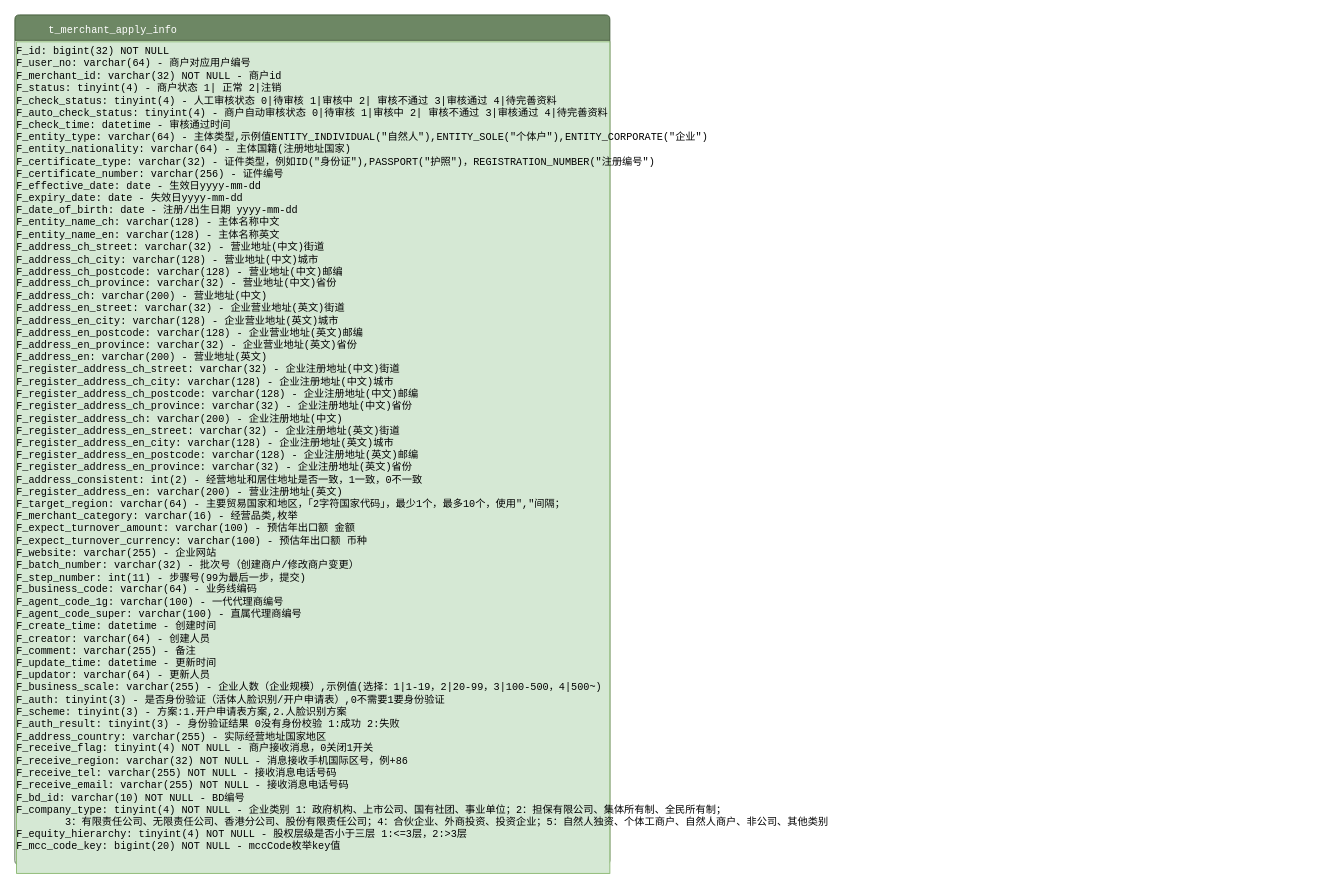
SteveGlory/steveglory.github.io keeps this draw.io diagram as 商户入驻.drawio. Above is the earlier version. Source tidied: cells renumbered, new cells numbered last; positions are measured from the earlier drawing's top-left corner, leaving out a move shared by most shapes. Both pictures are drawn from the tidied source at 85%, with x=0, y=0 at pixel (14, 14).
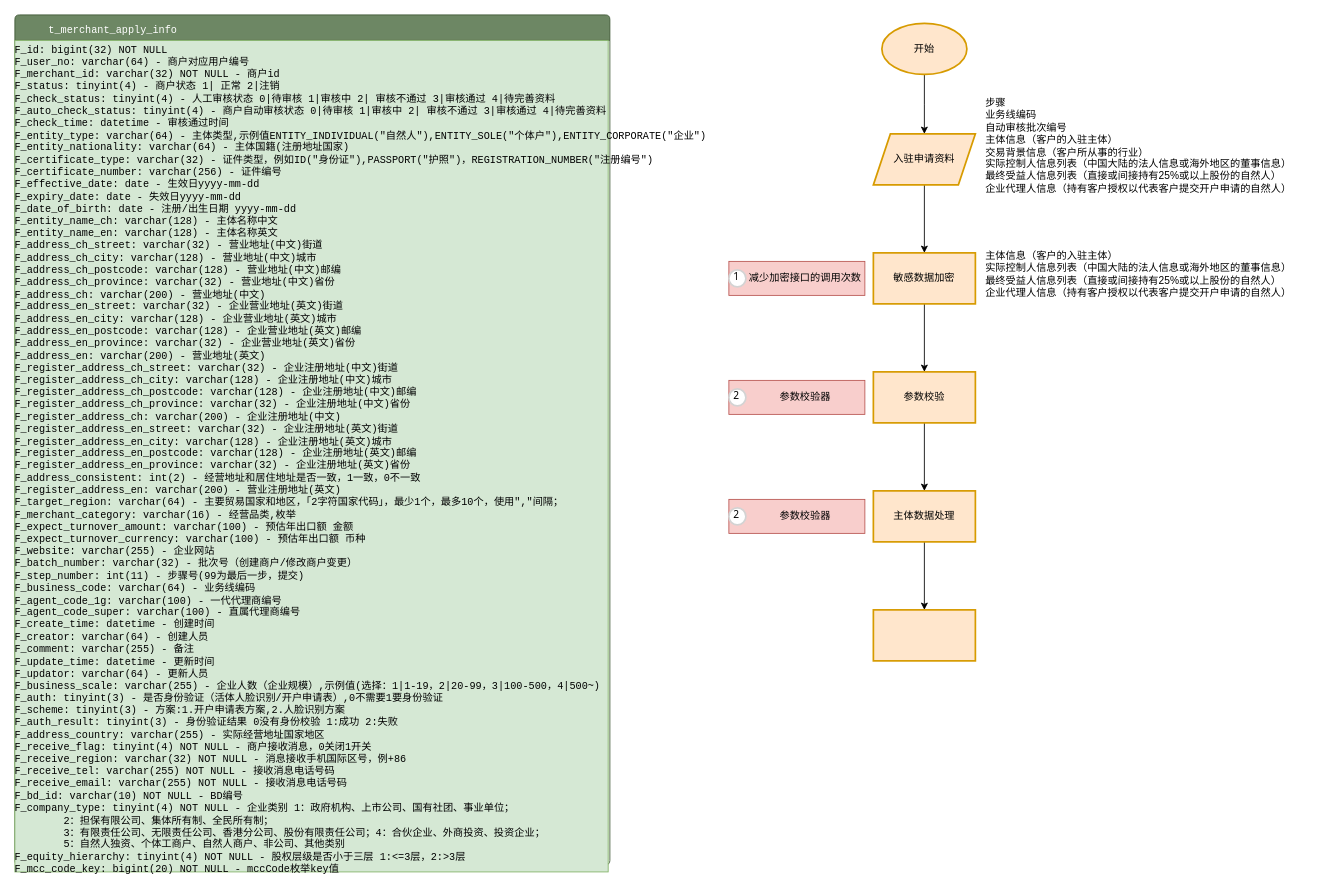
Above is the later version.

Commit message (it also covers changes not shown here):
更新商户入驻.drawio

Unchanged cells that the change refers to:
```xml
<mxCell id="2" style="graphMlID=entity0;gradientDirection=east;shape=swimlane;startSize=30;rounded=1;arcSize=6;fillColor=#6d8764;strokeColor=#3A5431;strokeWidth=1.0;swimlaneFillColor=#FFFFFF;fontColor=#ffffff;" parent="1" vertex="1">
  <mxGeometry width="700" height="1000" as="geometry" />
</mxCell>
```

What changed in the source:
```diff
@@
+    <mxCell id="4" value="t_merchant_apply_info" style="text;html=1;spacing=0;align=center;fontFamily=courier;fontSize=12;fontStyle=0;=center;fontColor=#ffffff;" parent="2" vertex="1">
+      <mxGeometry y="6.7" width="230" height="25" as="geometry" />
+    </mxCell>
+    <mxCell id="5" style="edgeStyle=orthogonalEdgeStyle;rounded=0;jettySize=auto;html=1;" parent="1" edge="1" source="6">
+      <mxGeometry relative="1" as="geometry">
+        <mxPoint x="1070" y="140" as="targetPoint" />
+      </mxGeometry>
+    </mxCell>
+    <mxCell id="6" value="开始" style="strokeWidth=2;html=1;shape=mxgraph.flowchart.start_1;whiteSpace=wrap;strokeColor=#D79B00;fillColor=#FFE6CC;" parent="1" vertex="1">
+      <mxGeometry x="1020" y="10" width="100" height="60" as="geometry" />
+    </mxCell>
+    <mxCell id="7" value="步骤&#10;业务线编码&#10;自动审核批次编号&#10;主体信息（客户的入驻主体）&#10;交易背景信息（客户所从事的行业）&#10;实际控制人信息列表（中国大陆的法人信息或海外地区的董事信息）&#10;最终受益人信息列表（直接或间接持有25%或以上股份的自然人）&#10;企业代理人信息（持有客户授权以代表客户提交开户申请的自然人）" style="text;whiteSpace=wrap;" parent="1" vertex="1">
+      <mxGeometry x="1140" y="90" width="390" height="140" as="geometry" />
+    </mxCell>
+    <mxCell id="8" style="edgeStyle=orthogonalEdgeStyle;rounded=0;jettySize=auto;html=1;" parent="1" edge="1" source="9" target="15">
+      <mxGeometry relative="1" as="geometry" />
+    </mxCell>
+    <mxCell id="9" value="敏感数据加密" style="whiteSpace=wrap;html=1;strokeWidth=2;fillColor=#ffe6cc;strokeColor=#d79b00;" parent="1" vertex="1">
+      <mxGeometry x="1010" y="280" width="120" height="60" as="geometry" />
+    </mxCell>
+    <mxCell id="10" value="主体信息（客户的入驻主体）&#10;实际控制人信息列表（中国大陆的法人信息或海外地区的董事信息）&#10;最终受益人信息列表（直接或间接持有25%或以上股份的自然人）&#10;企业代理人信息（持有客户授权以代表客户提交开户申请的自然人）" style="text;whiteSpace=wrap;" parent="1" vertex="1">
+      <mxGeometry x="1140" y="270" width="390" height="100" as="geometry" />
+    </mxCell>
-    <mxCell id="3" value="F_id: bigint(32) NOT NULL&lt;br&gt;F_user_no: varchar(64) - 商户对应用户编号&lt;br&gt;F_merchant_id: varchar(32) NOT NULL - 商户id&lt;br&gt;F_status: tinyint(4) - 商户状态 1| 正常 2|注销&lt;br&gt;F_check_status: tinyint(4) - 人工审核状态 0|待审核 1|审核中 2| 审核不通过 3|审核通过 4|待完善资料&lt;br&gt;F_auto_check_status: tinyint(4) - 商户自动审核状态 0|待审核 1|审核中 2| 审核不通过 3|审核通过 4|待完善资料&lt;br&gt;F_check_time: datetime - 审核通过时间&lt;br&gt;F_entity_type: varchar(64) - 主体类型,示例值ENTITY_INDIVIDUAL(&quot;自然人&quot;),ENTITY_SOLE(&quot;个体户&quot;),ENTITY_CORPORATE(&quot;企业&quot;)&lt;br&gt;F_entity_nationality: varchar(64) - 主体国籍(注册地址国家)&lt;br&gt;F_certificate_type: varchar(32) - 证件类型，例如ID(&quot;身份证&quot;),PASSPORT(&quot;护照&quot;)，REGISTRATION_NUMBER(&quot;注册编号&quot;)&lt;br&gt;F_certificate_number: varchar(256) - 证件编号&lt;br&gt;F_effective_date: date - 生效日yyyy-mm-dd&lt;br&gt;F_expiry_date: date - 失效日yyyy-mm-dd&lt;br&gt;F_date_of_birth: date - 注册/出生日期 yyyy-mm-dd&lt;br&gt;F_entity_name_ch: varchar(128) - 主体名称中文&lt;br&gt;F_entity_name_en: varchar(128) - 主体名称英文&lt;br&gt;F_address_ch_street: varchar(32) - 营业地址(中文)街道&lt;br&gt;F_address_ch_city: varchar(128) - 营业地址(中文)城市&lt;br&gt;F_address_ch_postcode: varchar(128) - 营业地址(中文)邮编&lt;br&gt;F_address_ch_province: varchar(32) - 营业地址(中文)省份&lt;br&gt;F_address_ch: varchar(200) - 营业地址(中文)&lt;br&gt;F_address_en_street: varchar(32) - 企业营业地址(英文)街道&lt;br&gt;F_address_en_city: varchar(128) - 企业营业地址(英文)城市&lt;br&gt;F_address_en_postcode: varchar(128) - 企业营业地址(英文)邮编&lt;br&gt;F_address_en_province: varchar(32) - 企业营业地址(英文)省份&lt;br&gt;F_address_en: varchar(200) - 营业地址(英文)&lt;br&gt;F_register_address_ch_street: varchar(32) - 企业注册地址(中文)街道&lt;br&gt;F_register_address_ch_city: varchar(128) - 企业注册地址(中文)城市&lt;br&gt;F_register_address_ch_postcode: varchar(128) - 企业注册地址(中文)邮编&lt;br&gt;F_register_address_ch_province: varchar(32) - 企业注册地址(中文)省份&lt;br&gt;F_register_address_ch: varchar(200) - 企业注册地址(中文)&lt;br&gt;F_register_address_en_street: varchar(32) - 企业注册地址(英文)街道&lt;br&gt;F_register_address_en_city: varchar(128) - 企业注册地址(英文)城市&lt;br&gt;F_register_address_en_postcode: varchar(128) - 企业注册地址(英文)邮编&lt;br&gt;F_register_address_en_province: varchar(32) - 企业注册地址(英文)省份&lt;br&gt;F_address_consistent: int(2) - 经营地址和居住地址是否一致，1一致，0不一致&lt;br&gt;F_register_address_en: varchar(200) - 营业注册地址(英文)&lt;br&gt;F_target_region: varchar(64) - 主要贸易国家和地区，「2字符国家代码」，最少1个，最多10个，使用&quot;,&quot;间隔；&lt;br&gt;F_merchant_category: varchar(16) - 经营品类,枚举&lt;br&gt;F_expect_turnover_amount: varchar(100) - 预估年出口额 金额&lt;br&gt;F_expect_turnover_currency: varchar(100) - 预估年出口额 币种&lt;br&gt;F_website: varchar(255) - 企业网站&lt;br&gt;F_batch_number: varchar(32) - 批次号（创建商户/修改商户变更）&lt;br&gt;F_step_number: int(11) - 步骤号(99为最后一步，提交)&lt;br&gt;F_business_code: varchar(64) - 业务线编码&lt;br&gt;F_agent_code_1g: varchar(100) - 一代代理商编号&lt;br&gt;F_agent_code_super: varchar(100) - 直属代理商编号&lt;br&gt;F_create_time: datetime - 创建时间&lt;br&gt;F_creator: varchar(64) - 创建人员&lt;br&gt;F_comment: varchar(255) - 备注&lt;br&gt;F_update_time: datetime - 更新时间&lt;br&gt;F_updator: varchar(64) - 更新人员&lt;br&gt;F_business_scale: varchar(255) - 企业人数（企业规模）,示例值(选择：1|1-19，2|20-99，3|100-500，4|500~)&lt;br&gt;F_auth: tinyint(3) - 是否身份验证（活体人脸识别/开户申请表）,0不需要1要身份验证&lt;br&gt;F_scheme: tinyint(3) - 方案:1.开户申请表方案,2.人脸识别方案&lt;br&gt;F_auth_result: tinyint(3) - 身份验证结果  0没有身份校验 1:成功 2:失败&lt;br&gt;F_address_country: varchar(255) - 实际经营地址国家地区&lt;br&gt;F_receive_flag: tinyint(4) NOT NULL - 商户接收消息，0关闭1开关&lt;br&gt;F_receive_region: varchar(32) NOT NULL - 消息接收手机国际区号，例+86&lt;br&gt;F_receive_tel: varchar(255) NOT NULL - 接收消息电话号码&lt;br&gt;F_receive_email: varchar(255) NOT NULL - 接收消息电话号码&lt;br&gt;F_bd_id: varchar(10) NOT NULL - BD编号&lt;br&gt;F_company_type: tinyint(4) NOT NULL - 企业类别 1：政府机构、上市公司、国有社团、事业单位；2：担保有限公司、集体所有制、全民所有制；&lt;div&gt;&lt;span style=&quot;white-space: pre;&quot;&gt;&#9;&lt;/span&gt;3：有限责任公司、无限责任公司、香港分公司、股份有限责任公司；4：合伙企业、外商投资、投资企业；5：自然人独资、个体工商户、自然人商户、非公司、其他类别&lt;br&gt;F_equity_hierarchy: tinyint(4) NOT NULL - 股权层级是否小于三层 1:&amp;lt;=3层，2:&amp;gt;3层&lt;br&gt;F_mcc_code_key: bigint(20) NOT NULL - mccCode枚举key值&#9;&#9;&#9;&#9;&#9;&#9;&lt;/div&gt;" style="text;html=1;spacing=0;align=left;fontFamily=courier;fontSize=12;fontStyle=0;=center;fillColor=#d5e8d4;strokeColor=#82b366;" parent="2" vertex="1">
-      <mxGeometry x="2" y="31.7" width="698" height="978.3" as="geometry" />
+    <mxCell id="3" value="F_id: bigint(32) NOT NULL&lt;br&gt;F_user_no: varchar(64) - 商户对应用户编号&lt;br&gt;F_merchant_id: varchar(32) NOT NULL - 商户id&lt;br&gt;F_status: tinyint(4) - 商户状态 1| 正常 2|注销&lt;br&gt;F_check_status: tinyint(4) - 人工审核状态 0|待审核 1|审核中 2| 审核不通过 3|审核通过 4|待完善资料&lt;br&gt;F_auto_check_status: tinyint(4) - 商户自动审核状态 0|待审核 1|审核中 2| 审核不通过 3|审核通过 4|待完善资料&lt;br&gt;F_check_time: datetime - 审核通过时间&lt;br&gt;F_entity_type: varchar(64) - 主体类型,示例值ENTITY_INDIVIDUAL(&quot;自然人&quot;),ENTITY_SOLE(&quot;个体户&quot;),ENTITY_CORPORATE(&quot;企业&quot;)&lt;br&gt;F_entity_nationality: varchar(64) - 主体国籍(注册地址国家)&lt;br&gt;F_certificate_type: varchar(32) - 证件类型，例如ID(&quot;身份证&quot;),PASSPORT(&quot;护照&quot;)，REGISTRATION_NUMBER(&quot;注册编号&quot;)&lt;br&gt;F_certificate_number: varchar(256) - 证件编号&lt;br&gt;F_effective_date: date - 生效日yyyy-mm-dd&lt;br&gt;F_expiry_date: date - 失效日yyyy-mm-dd&lt;br&gt;F_date_of_birth: date - 注册/出生日期 yyyy-mm-dd&lt;br&gt;F_entity_name_ch: varchar(128) - 主体名称中文&lt;br&gt;F_entity_name_en: varchar(128) - 主体名称英文&lt;br&gt;F_address_ch_street: varchar(32) - 营业地址(中文)街道&lt;br&gt;F_address_ch_city: varchar(128) - 营业地址(中文)城市&lt;br&gt;F_address_ch_postcode: varchar(128) - 营业地址(中文)邮编&lt;br&gt;F_address_ch_province: varchar(32) - 营业地址(中文)省份&lt;br&gt;F_address_ch: varchar(200) - 营业地址(中文)&lt;br&gt;F_address_en_street: varchar(32) - 企业营业地址(英文)街道&lt;br&gt;F_address_en_city: varchar(128) - 企业营业地址(英文)城市&lt;br&gt;F_address_en_postcode: varchar(128) - 企业营业地址(英文)邮编&lt;br&gt;F_address_en_province: varchar(32) - 企业营业地址(英文)省份&lt;br&gt;F_address_en: varchar(200) - 营业地址(英文)&lt;br&gt;F_register_address_ch_street: varchar(32) - 企业注册地址(中文)街道&lt;br&gt;F_register_address_ch_city: varchar(128) - 企业注册地址(中文)城市&lt;br&gt;F_register_address_ch_postcode: varchar(128) - 企业注册地址(中文)邮编&lt;br&gt;F_register_address_ch_province: varchar(32) - 企业注册地址(中文)省份&lt;br&gt;F_register_address_ch: varchar(200) - 企业注册地址(中文)&lt;br&gt;F_register_address_en_street: varchar(32) - 企业注册地址(英文)街道&lt;br&gt;F_register_address_en_city: varchar(128) - 企业注册地址(英文)城市&lt;br&gt;F_register_address_en_postcode: varchar(128) - 企业注册地址(英文)邮编&lt;br&gt;F_register_address_en_province: varchar(32) - 企业注册地址(英文)省份&lt;br&gt;F_address_consistent: int(2) - 经营地址和居住地址是否一致，1一致，0不一致&lt;br&gt;F_register_address_en: varchar(200) - 营业注册地址(英文)&lt;br&gt;F_target_region: varchar(64) - 主要贸易国家和地区，「2字符国家代码」，最少1个，最多10个，使用&quot;,&quot;间隔；&lt;br&gt;F_merchant_category: varchar(16) - 经营品类,枚举&lt;br&gt;F_expect_turnover_amount: varchar(100) - 预估年出口额 金额&lt;br&gt;F_expect_turnover_currency: varchar(100) - 预估年出口额 币种&lt;br&gt;F_website: varchar(255) - 企业网站&lt;br&gt;F_batch_number: varchar(32) - 批次号（创建商户/修改商户变更）&lt;br&gt;F_step_number: int(11) - 步骤号(99为最后一步，提交)&lt;br&gt;F_business_code: varchar(64) - 业务线编码&lt;br&gt;F_agent_code_1g: varchar(100) - 一代代理商编号&lt;br&gt;F_agent_code_super: varchar(100) - 直属代理商编号&lt;br&gt;F_create_time: datetime - 创建时间&lt;br&gt;F_creator: varchar(64) - 创建人员&lt;br&gt;F_comment: varchar(255) - 备注&lt;br&gt;F_update_time: datetime - 更新时间&lt;br&gt;F_updator: varchar(64) - 更新人员&lt;br&gt;F_business_scale: varchar(255) - 企业人数（企业规模）,示例值(选择：1|1-19，2|20-99，3|100-500，4|500~)&lt;br&gt;F_auth: tinyint(3) - 是否身份验证（活体人脸识别/开户申请表）,0不需要1要身份验证&lt;br&gt;F_scheme: tinyint(3) - 方案:1.开户申请表方案,2.人脸识别方案&lt;br&gt;F_auth_result: tinyint(3) - 身份验证结果  0没有身份校验 1:成功 2:失败&lt;br&gt;F_address_country: varchar(255) - 实际经营地址国家地区&lt;br&gt;F_receive_flag: tinyint(4) NOT NULL - 商户接收消息，0关闭1开关&lt;br&gt;F_receive_region: varchar(32) NOT NULL - 消息接收手机国际区号，例+86&lt;br&gt;F_receive_tel: varchar(255) NOT NULL - 接收消息电话号码&lt;br&gt;F_receive_email: varchar(255) NOT NULL - 接收消息电话号码&lt;br&gt;F_bd_id: varchar(10) NOT NULL - BD编号&lt;br&gt;F_company_type: tinyint(4) NOT NULL - 企业类别 1：政府机构、上市公司、国有社团、事业单位；&lt;div&gt;&lt;span style=&quot;white-space: pre;&quot;&gt;&#9;&lt;/span&gt;2：担保有限公司、集体所有制、全民所有制；&lt;div&gt;&lt;span style=&quot;white-space: pre;&quot;&gt;&#9;&lt;/span&gt;3：有限责任公司、无限责任公司、香港分公司、股份有限责任公司；4：合伙企业、外商投资、投资企业；&lt;/div&gt;&lt;div&gt;&lt;span style=&quot;white-space: pre;&quot;&gt;&#9;&lt;/span&gt;5：自然人独资、个体工商户、自然人商户、非公司、其他类别&lt;br&gt;F_equity_hierarchy: tinyint(4) NOT NULL - 股权层级是否小于三层 1:&amp;lt;=3层，2:&amp;gt;3层&lt;br&gt;F_mcc_code_key: bigint(20) NOT NULL - mccCode枚举key值&#9;&#9;&#9;&#9;&#9;&#9;&lt;/div&gt;&lt;/div&gt;" style="text;html=1;spacing=0;align=left;fontFamily=courier;fontSize=12;fontStyle=0;=center;fillColor=#d5e8d4;strokeColor=#82b366;" parent="1" vertex="1">
+      <mxGeometry y="30" width="698" height="978.3" as="geometry" />
     </mxCell>
-    <mxCell id="4" value="t_merchant_apply_info" style="text;html=1;spacing=0;align=center;fontFamily=courier;fontSize=12;fontStyle=0;=center;fontColor=#ffffff;" parent="2" vertex="1">
-      <mxGeometry y="6.7" width="230" height="25" as="geometry" />
-    </mxCell>
+    <mxCell id="11" style="group;fillColor=#f8cecc;strokeColor=#b85450;" parent="1" vertex="1">
+      <mxGeometry x="840" y="290" width="160" height="40" as="geometry" />
+    </mxCell>
+    <mxCell id="12" value="1" style="ellipse;whiteSpace=wrap;html=1;strokeWidth=2;fontFamily=Tahoma;spacingBottom=4;spacingRight=2;strokeColor=#d3d3d3;" parent="11" vertex="1">
+      <mxGeometry y="10" width="20" height="20" as="geometry" />
+    </mxCell>
+    <mxCell id="13" value="减少加密接口的调用次数" style="text;html=1;align=center;verticalAlign=middle;whiteSpace=wrap;rounded=0;" parent="11" vertex="1">
+      <mxGeometry x="20" width="140" height="40" as="geometry" />
+    </mxCell>
+    <mxCell id="14" style="edgeStyle=orthogonalEdgeStyle;rounded=0;jettySize=auto;html=1;" parent="1" edge="1" source="15" target="20">
+      <mxGeometry relative="1" as="geometry" />
+    </mxCell>
+    <mxCell id="15" value="参数校验" style="whiteSpace=wrap;html=1;strokeWidth=2;fillColor=#ffe6cc;strokeColor=#d79b00;" parent="1" vertex="1">
+      <mxGeometry x="1010" y="420" width="120" height="60" as="geometry" />
+    </mxCell>
+    <mxCell id="16" style="group;fillColor=#f8cecc;strokeColor=#b85450;" parent="1" vertex="1">
+      <mxGeometry x="840" y="430" width="160" height="40" as="geometry" />
+    </mxCell>
+    <mxCell id="17" value="2" style="ellipse;whiteSpace=wrap;html=1;strokeWidth=2;fontFamily=Tahoma;spacingBottom=4;spacingRight=2;strokeColor=#d3d3d3;" parent="16" vertex="1">
+      <mxGeometry y="10" width="20" height="20" as="geometry" />
+    </mxCell>
+    <mxCell id="18" value="参数校验器" style="text;html=1;align=center;verticalAlign=middle;whiteSpace=wrap;rounded=0;" parent="16" vertex="1">
+      <mxGeometry x="20" width="140" height="40" as="geometry" />
+    </mxCell>
+    <mxCell id="19" style="edgeStyle=orthogonalEdgeStyle;rounded=0;jettySize=auto;html=1;" parent="1" edge="1" source="20" target="24">
+      <mxGeometry relative="1" as="geometry" />
+    </mxCell>
+    <mxCell id="20" value="主体数据处理" style="whiteSpace=wrap;html=1;fillColor=#ffe6cc;strokeColor=#d79b00;strokeWidth=2;" parent="1" vertex="1">
+      <mxGeometry x="1010" y="560" width="120" height="60" as="geometry" />
+    </mxCell>
+    <mxCell id="21" style="group;fillColor=#f8cecc;strokeColor=#b85450;" parent="1" vertex="1">
+      <mxGeometry x="840" y="570" width="160" height="40" as="geometry" />
+    </mxCell>
+    <mxCell id="22" value="2" style="ellipse;whiteSpace=wrap;html=1;strokeWidth=2;fontFamily=Tahoma;spacingBottom=4;spacingRight=2;strokeColor=#d3d3d3;" parent="21" vertex="1">
+      <mxGeometry y="10" width="20" height="20" as="geometry" />
+    </mxCell>
+    <mxCell id="23" value="参数校验器" style="text;html=1;align=center;verticalAlign=middle;whiteSpace=wrap;rounded=0;" parent="21" vertex="1">
+      <mxGeometry x="20" width="140" height="40" as="geometry" />
+    </mxCell>
+    <mxCell id="24" style="whiteSpace=wrap;html=1;fillColor=#ffe6cc;strokeColor=#d79b00;strokeWidth=2;" parent="1" vertex="1">
+      <mxGeometry x="1010" y="700" width="120" height="60" as="geometry" />
+    </mxCell>
+    <mxCell id="25" style="edgeStyle=orthogonalEdgeStyle;rounded=0;jettySize=auto;html=1;" parent="1" edge="1" source="26" target="9">
+      <mxGeometry relative="1" as="geometry" />
+    </mxCell>
+    <mxCell id="26" value="入驻申请资料" style="shape=parallelogram;perimeter=parallelogramPerimeter;whiteSpace=wrap;html=1;fixedSize=1;fillColor=#ffe6cc;strokeColor=#d79b00;strokeWidth=2;" parent="1" vertex="1">
+      <mxGeometry x="1010" y="140" width="120" height="60" as="geometry" />
+    </mxCell>
```
